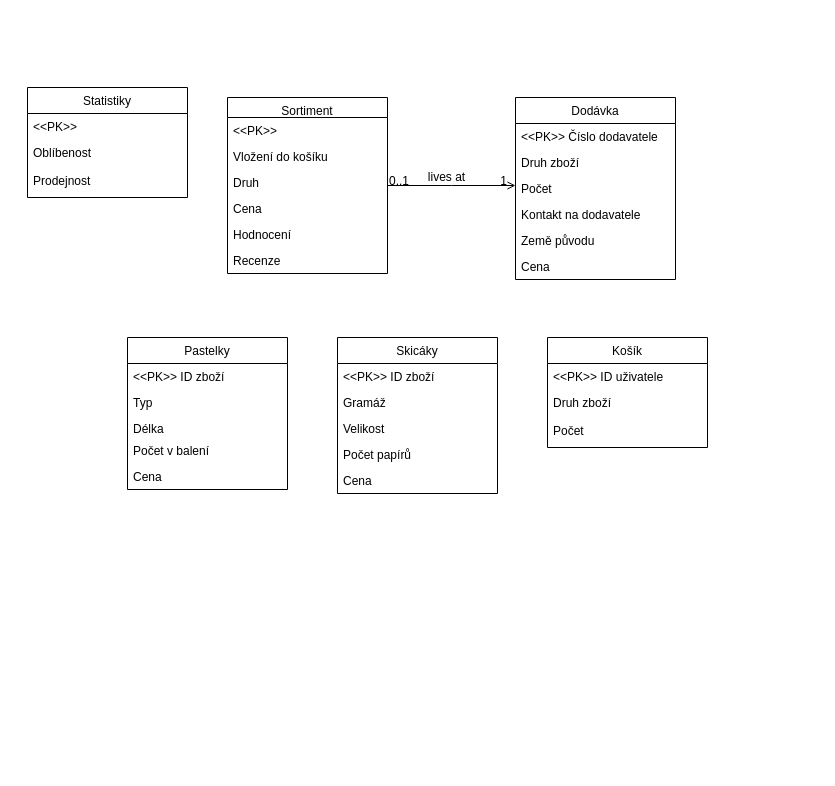
Earlier version of the draw.io diagram ERdiagram.drawio (taiyo-harenohi/IUS). Source tidied: cells renumbered, new cells numbered last; positions are measured from the earlier drawing's top-left corner, leaving out a move shared by most shapes. Both pictures are drawn from the tidied source at 100%, with x=0, y=0 at pixel (27, 87).
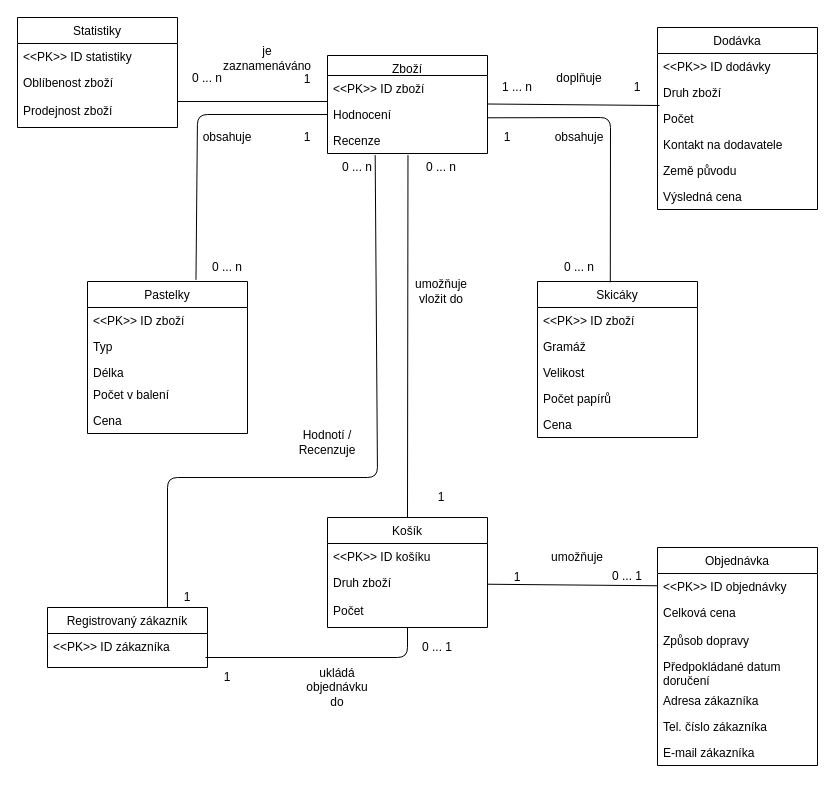
The same diagram, later.

The change refers to these unchanged cells:
```xml
<mxCell id="34" value="Druh zboží" style="text;align=left;verticalAlign=top;spacingLeft=4;spacingRight=4;overflow=hidden;points=[[0,0.5],[1,0.5]];portConstraint=eastwest;" parent="32" vertex="1">
  <mxGeometry y="52" width="160" height="28" as="geometry" />
</mxCell>
```

Diff of the diagram source:
```diff
@@
-    <mxCell id="2" value="Sortiment" style="swimlane;fontStyle=0;align=center;verticalAlign=top;horizontal=1;startSize=20;rounded=0;shadow=0;strokeWidth=1;" parent="1" vertex="1">
-      <mxGeometry x="200" y="10" width="160" height="176" as="geometry" />
+    <mxCell id="2" value="Zboží" style="swimlane;fontStyle=0;align=center;verticalAlign=top;horizontal=1;startSize=20;rounded=0;shadow=0;strokeWidth=1;" parent="1" vertex="1">
+      <mxGeometry x="300" y="-32" width="160" height="98" as="geometry" />
     </mxCell>
-    <mxCell id="3" value="&lt;&lt;PK&gt;&gt; " style="text;align=left;verticalAlign=top;spacingLeft=4;spacingRight=4;overflow=hidden;" parent="2" vertex="1">
+    <mxCell id="3" value="&lt;&lt;PK&gt;&gt; ID zboží&#10;" style="text;align=left;verticalAlign=top;spacingLeft=4;spacingRight=4;overflow=hidden;" parent="2" vertex="1">
       <mxGeometry y="20" width="160" height="26" as="geometry" />
     </mxCell>
-    <mxCell id="4" value="Vložení do košíku" style="text;align=left;verticalAlign=top;spacingLeft=4;spacingRight=4;overflow=hidden;points=[[0,0.5],[1,0.5]];portConstraint=eastwest;rounded=0;shadow=0;html=0;" parent="2" vertex="1">
+    <mxCell id="4" value="Hodnocení" style="text;align=left;verticalAlign=top;spacingLeft=4;spacingRight=4;overflow=hidden;points=[[0,0.5],[1,0.5]];portConstraint=eastwest;rounded=0;shadow=0;html=0;" parent="2" vertex="1">
       <mxGeometry y="46" width="160" height="26" as="geometry" />
     </mxCell>
-    <mxCell id="5" value="Druh" style="text;align=left;verticalAlign=top;spacingLeft=4;spacingRight=4;overflow=hidden;rounded=0;shadow=0;html=0;" parent="2" vertex="1">
-      <mxGeometry y="72" width="160" height="26" as="geometry" />
-    </mxCell>
-    <mxCell id="6" value="Cena" style="text;align=left;verticalAlign=top;spacingLeft=4;spacingRight=4;overflow=hidden;rounded=0;shadow=0;html=0;" parent="2" vertex="1">
-      <mxGeometry y="98" width="160" height="26" as="geometry" />
-    </mxCell>
-    <mxCell id="7" value="Hodnocení" style="text;align=left;verticalAlign=top;spacingLeft=4;spacingRight=4;overflow=hidden;rounded=0;shadow=0;html=0;" parent="2" vertex="1">
-      <mxGeometry y="124" width="160" height="26" as="geometry" />
-    </mxCell>
     <mxCell id="8" value="Recenze" style="text;align=left;verticalAlign=top;spacingLeft=4;spacingRight=4;overflow=hidden;points=[[0,0.5],[1,0.5]];portConstraint=eastwest;rounded=0;shadow=0;html=0;" parent="2" vertex="1">
-      <mxGeometry y="150" width="160" height="26" as="geometry" />
+      <mxGeometry y="72" width="160" height="26" as="geometry" />
     </mxCell>
     <mxCell id="9" value="Pastelky" style="swimlane;fontStyle=0;align=center;verticalAlign=top;horizontal=1;startSize=26;rounded=0;shadow=0;strokeWidth=1;" parent="1" vertex="1">
-      <mxGeometry x="100" y="250" width="160" height="152" as="geometry" />
+      <mxGeometry x="60" y="194" width="160" height="152" as="geometry" />
     </mxCell>
@@
     <mxCell id="15" value="Skicáky" style="swimlane;fontStyle=0;align=center;verticalAlign=top;horizontal=1;startSize=26;rounded=0;shadow=0;strokeWidth=1;" parent="1" vertex="1">
-      <mxGeometry x="310" y="250" width="160" height="156" as="geometry" />
+      <mxGeometry x="510" y="194" width="160" height="156" as="geometry" />
     </mxCell>
@@
     <mxCell id="21" value="Dodávka" style="swimlane;fontStyle=0;align=center;verticalAlign=top;horizontal=1;startSize=26;rounded=0;shadow=0;strokeWidth=1;" parent="1" vertex="1">
-      <mxGeometry x="488" y="10" width="160" height="182" as="geometry" />
+      <mxGeometry x="630" y="-60" width="160" height="182" as="geometry" />
     </mxCell>
-    <mxCell id="22" value="&lt;&lt;PK&gt;&gt; Číslo dodavatele" style="text;align=left;verticalAlign=top;spacingLeft=4;spacingRight=4;overflow=hidden;" parent="21" vertex="1">
+    <mxCell id="22" value="&lt;&lt;PK&gt;&gt; ID dodávky" style="text;align=left;verticalAlign=top;spacingLeft=4;spacingRight=4;overflow=hidden;" parent="21" vertex="1">
       <mxGeometry y="26" width="160" height="26" as="geometry" />
     </mxCell>
@@
-    <mxCell id="27" value="Cena" style="text;align=left;verticalAlign=top;spacingLeft=4;spacingRight=4;overflow=hidden;rounded=0;shadow=0;html=0;" parent="21" vertex="1">
+    <mxCell id="27" value="Výsledná cena" style="text;align=left;verticalAlign=top;spacingLeft=4;spacingRight=4;overflow=hidden;rounded=0;shadow=0;html=0;" parent="21" vertex="1">
       <mxGeometry y="156" width="160" height="26" as="geometry" />
     </mxCell>
-    <mxCell id="28" style="endArrow=open;shadow=0;strokeWidth=1;rounded=0;endFill=1;edgeStyle=elbowEdgeStyle;elbow=vertical;" parent="1" edge="1" source="2" target="21">
-      <mxGeometry x="0.5" y="41" relative="1" as="geometry">
-        <mxPoint x="-40" y="32" as="offset" />
-      </mxGeometry>
-    </mxCell>
-    <mxCell id="29" value="0..1" style="align=left;verticalAlign=bottom;labelBackgroundColor=none;fontSize=12;" parent="28" vertex="1">
-      <mxGeometry x="-1" relative="1" as="geometry">
-        <mxPoint y="4" as="offset" />
-      </mxGeometry>
-    </mxCell>
-    <mxCell id="30" value="1" style="align=right;verticalAlign=bottom;labelBackgroundColor=none;fontSize=12;" parent="28" vertex="1">
-      <mxGeometry x="1" relative="1" as="geometry">
-        <mxPoint x="-7" y="4" as="offset" />
-      </mxGeometry>
-    </mxCell>
-    <mxCell id="31" value="lives at" style="text;html=1;align=center;verticalAlign=middle;labelBackgroundColor=none;rounded=0;shadow=0;strokeWidth=1;fontSize=12;" parent="28" vertex="1">
-      <mxGeometry x="0.5" y="49" relative="1" as="geometry">
-        <mxPoint x="-38" y="40" as="offset" />
-      </mxGeometry>
-    </mxCell>
     <mxCell id="32" value="Košík" style="swimlane;fontStyle=0;align=center;verticalAlign=top;horizontal=1;startSize=26;rounded=0;shadow=0;strokeWidth=1;" parent="1" vertex="1">
-      <mxGeometry x="520" y="250" width="160" height="110" as="geometry" />
+      <mxGeometry x="300" y="430" width="160" height="110" as="geometry" />
     </mxCell>
-    <mxCell id="33" value="&lt;&lt;PK&gt;&gt; ID uživatele&#10;" style="text;align=left;verticalAlign=top;spacingLeft=4;spacingRight=4;overflow=hidden;" parent="32" vertex="1">
+    <mxCell id="33" value="&lt;&lt;PK&gt;&gt; ID košíku" style="text;align=left;verticalAlign=top;spacingLeft=4;spacingRight=4;overflow=hidden;" parent="32" vertex="1">
       <mxGeometry y="26" width="160" height="26" as="geometry" />
     </mxCell>
@@
     <mxCell id="36" value="Statistiky&#10;" style="swimlane;fontStyle=0;align=center;verticalAlign=top;horizontal=1;startSize=26;rounded=0;shadow=0;strokeWidth=1;" parent="1" vertex="1">
-      <mxGeometry width="160" height="110" as="geometry" />
+      <mxGeometry x="-10" y="-70" width="160" height="110" as="geometry" />
     </mxCell>
-    <mxCell id="37" value="&lt;&lt;PK&gt;&gt; " style="text;align=left;verticalAlign=top;spacingLeft=4;spacingRight=4;overflow=hidden;" parent="36" vertex="1">
+    <mxCell id="37" value="&lt;&lt;PK&gt;&gt; ID statistiky" style="text;align=left;verticalAlign=top;spacingLeft=4;spacingRight=4;overflow=hidden;" parent="36" vertex="1">
       <mxGeometry y="26" width="160" height="26" as="geometry" />
     </mxCell>
-    <mxCell id="38" value="Oblíbenost" style="text;align=left;verticalAlign=top;spacingLeft=4;spacingRight=4;overflow=hidden;rounded=0;shadow=0;html=0;" parent="36" vertex="1">
+    <mxCell id="38" value="Oblíbenost zboží" style="text;align=left;verticalAlign=top;spacingLeft=4;spacingRight=4;overflow=hidden;rounded=0;shadow=0;html=0;" parent="36" vertex="1">
       <mxGeometry y="52" width="160" height="28" as="geometry" />
     </mxCell>
-    <mxCell id="39" value="Prodejnost" style="text;align=left;verticalAlign=top;spacingLeft=4;spacingRight=4;overflow=hidden;points=[[0,0.5],[1,0.5]];portConstraint=eastwest;fontStyle=0;" parent="36" vertex="1">
+    <mxCell id="39" value="Prodejnost zboží" style="text;align=left;verticalAlign=top;spacingLeft=4;spacingRight=4;overflow=hidden;points=[[0,0.5],[1,0.5]];portConstraint=eastwest;fontStyle=0;" parent="36" vertex="1">
       <mxGeometry y="80" width="160" height="22" as="geometry" />
     </mxCell>
+    <mxCell id="40" value="1 ... n" style="text;html=1;strokeColor=none;fillColor=none;align=center;verticalAlign=middle;whiteSpace=wrap;rounded=0;" parent="1" vertex="1">
+      <mxGeometry x="470" y="-10" width="40" height="20" as="geometry" />
+    </mxCell>
+    <mxCell id="41" value="1" style="text;html=1;strokeColor=none;fillColor=none;align=center;verticalAlign=middle;whiteSpace=wrap;rounded=0;" parent="1" vertex="1">
+      <mxGeometry x="590" y="-10" width="40" height="20" as="geometry" />
+    </mxCell>
+    <mxCell id="42" value="doplňuje" style="text;html=1;strokeColor=none;fillColor=none;align=center;verticalAlign=middle;whiteSpace=wrap;rounded=0;" parent="1" vertex="1">
+      <mxGeometry x="532.4" y="-19" width="40" height="20" as="geometry" />
+    </mxCell>
+    <mxCell id="43" value="0 ... n" style="text;html=1;strokeColor=none;fillColor=none;align=center;verticalAlign=middle;whiteSpace=wrap;rounded=0;" parent="1" vertex="1">
+      <mxGeometry x="160" y="-19" width="40" height="20" as="geometry" />
+    </mxCell>
+    <mxCell id="44" value="je zaznamenáváno" style="text;html=1;strokeColor=none;fillColor=none;align=center;verticalAlign=middle;whiteSpace=wrap;rounded=0;" parent="1" vertex="1">
+      <mxGeometry x="220" y="-39" width="40" height="20" as="geometry" />
+    </mxCell>
+    <mxCell id="45" value="1" style="text;html=1;strokeColor=none;fillColor=none;align=center;verticalAlign=middle;whiteSpace=wrap;rounded=0;" parent="1" vertex="1">
+      <mxGeometry x="260" y="-18" width="40" height="20" as="geometry" />
+    </mxCell>
+    <mxCell id="46" value="0 ... n" style="text;html=1;strokeColor=none;fillColor=none;align=center;verticalAlign=middle;whiteSpace=wrap;rounded=0;" parent="1" vertex="1">
+      <mxGeometry x="180" y="170" width="40" height="20" as="geometry" />
+    </mxCell>
+    <mxCell id="47" value="obsahuje" style="text;html=1;strokeColor=none;fillColor=none;align=center;verticalAlign=middle;whiteSpace=wrap;rounded=0;" parent="1" vertex="1">
+      <mxGeometry x="180" y="40" width="40" height="20" as="geometry" />
+    </mxCell>
+    <mxCell id="48" value="1" style="text;html=1;strokeColor=none;fillColor=none;align=center;verticalAlign=middle;whiteSpace=wrap;rounded=0;" parent="1" vertex="1">
+      <mxGeometry x="260" y="40" width="40" height="20" as="geometry" />
+    </mxCell>
+    <mxCell id="49" value="1" style="text;html=1;strokeColor=none;fillColor=none;align=center;verticalAlign=middle;whiteSpace=wrap;rounded=0;" parent="1" vertex="1">
+      <mxGeometry x="460" y="40" width="40" height="20" as="geometry" />
+    </mxCell>
+    <mxCell id="50" value="obsahuje" style="text;html=1;strokeColor=none;fillColor=none;align=center;verticalAlign=middle;whiteSpace=wrap;rounded=0;" parent="1" vertex="1">
+      <mxGeometry x="532.4" y="40" width="40" height="20" as="geometry" />
+    </mxCell>
+    <mxCell id="51" value="0 ... n" style="text;html=1;strokeColor=none;fillColor=none;align=center;verticalAlign=middle;whiteSpace=wrap;rounded=0;" parent="1" vertex="1">
+      <mxGeometry x="532.4" y="170" width="40" height="20" as="geometry" />
+    </mxCell>
+    <mxCell id="52" value="0 ... n" style="text;html=1;strokeColor=none;fillColor=none;align=center;verticalAlign=middle;whiteSpace=wrap;rounded=0;" parent="1" vertex="1">
+      <mxGeometry x="394" y="70" width="40" height="20" as="geometry" />
+    </mxCell>
+    <mxCell id="53" value="umožňuje vložit do" style="text;html=1;strokeColor=none;fillColor=none;align=center;verticalAlign=middle;whiteSpace=wrap;rounded=0;" parent="1" vertex="1">
+      <mxGeometry x="394" y="194" width="40" height="20" as="geometry" />
+    </mxCell>
+    <mxCell id="54" value="1" style="text;html=1;strokeColor=none;fillColor=none;align=center;verticalAlign=middle;whiteSpace=wrap;rounded=0;" parent="1" vertex="1">
+      <mxGeometry x="394" y="400" width="40" height="20" as="geometry" />
+    </mxCell>
+    <mxCell id="55" value="Registrovaný zákazník" style="swimlane;fontStyle=0;align=center;verticalAlign=top;horizontal=1;startSize=26;rounded=0;shadow=0;strokeWidth=1;" parent="1" vertex="1">
+      <mxGeometry x="20" y="520" width="160" height="60" as="geometry" />
+    </mxCell>
+    <mxCell id="56" value="&lt;&lt;PK&gt;&gt; ID zákazníka" style="text;align=left;verticalAlign=top;spacingLeft=4;spacingRight=4;overflow=hidden;" parent="55" vertex="1">
+      <mxGeometry y="26" width="160" height="26" as="geometry" />
+    </mxCell>
+    <mxCell id="57" value="Objednávka" style="swimlane;fontStyle=0;align=center;verticalAlign=top;horizontal=1;startSize=26;rounded=0;shadow=0;strokeWidth=1;" parent="1" vertex="1">
+      <mxGeometry x="630" y="460" width="160" height="218" as="geometry" />
+    </mxCell>
+    <mxCell id="58" value="&lt;&lt;PK&gt;&gt; ID objednávky&#10;" style="text;align=left;verticalAlign=top;spacingLeft=4;spacingRight=4;overflow=hidden;points=[[0,0.5],[1,0.5]];portConstraint=eastwest;" parent="57" vertex="1">
+      <mxGeometry y="26" width="160" height="26" as="geometry" />
+    </mxCell>
+    <mxCell id="59" value="Celková cena" style="text;align=left;verticalAlign=top;spacingLeft=4;spacingRight=4;overflow=hidden;" parent="57" vertex="1">
+      <mxGeometry y="52" width="160" height="28" as="geometry" />
+    </mxCell>
+    <mxCell id="60" value="Způsob dopravy" style="text;align=left;verticalAlign=top;spacingLeft=4;spacingRight=4;overflow=hidden;" parent="57" vertex="1">
+      <mxGeometry y="80" width="160" height="26" as="geometry" />
+    </mxCell>
+    <mxCell id="61" value="Předpokládané datum&#10;doručení" style="text;align=left;verticalAlign=top;spacingLeft=4;spacingRight=4;overflow=hidden;" parent="57" vertex="1">
+      <mxGeometry y="106" width="160" height="34" as="geometry" />
+    </mxCell>
+    <mxCell id="62" value="Adresa zákazníka" style="text;align=left;verticalAlign=top;spacingLeft=4;spacingRight=4;overflow=hidden;" parent="57" vertex="1">
+      <mxGeometry y="140" width="160" height="26" as="geometry" />
+    </mxCell>
+    <mxCell id="63" value="Tel. číslo zákazníka" style="text;align=left;verticalAlign=top;spacingLeft=4;spacingRight=4;overflow=hidden;" parent="57" vertex="1">
+      <mxGeometry y="166" width="160" height="26" as="geometry" />
+    </mxCell>
+    <mxCell id="64" value="E-mail zákazníka" style="text;align=left;verticalAlign=top;spacingLeft=4;spacingRight=4;overflow=hidden;" parent="57" vertex="1">
+      <mxGeometry y="192" width="160" height="26" as="geometry" />
+    </mxCell>
+    <mxCell id="65" value="1" style="text;html=1;strokeColor=none;fillColor=none;align=center;verticalAlign=middle;whiteSpace=wrap;rounded=0;" parent="1" vertex="1">
+      <mxGeometry x="180" y="580" width="40" height="20" as="geometry" />
+    </mxCell>
+    <mxCell id="66" value="0 ... 1" style="text;html=1;strokeColor=none;fillColor=none;align=center;verticalAlign=middle;whiteSpace=wrap;rounded=0;" parent="1" vertex="1">
+      <mxGeometry x="390" y="550" width="40" height="20" as="geometry" />
+    </mxCell>
+    <mxCell id="67" value="ukládá objednávku do" style="text;html=1;strokeColor=none;fillColor=none;align=center;verticalAlign=middle;whiteSpace=wrap;rounded=0;" parent="1" vertex="1">
+      <mxGeometry x="290" y="590" width="40" height="20" as="geometry" />
+    </mxCell>
+    <mxCell id="68" value="1" style="text;html=1;strokeColor=none;fillColor=none;align=center;verticalAlign=middle;whiteSpace=wrap;rounded=0;" parent="1" vertex="1">
+      <mxGeometry x="470" y="480" width="40" height="20" as="geometry" />
+    </mxCell>
+    <mxCell id="69" value="0 ... 1" style="text;html=1;strokeColor=none;fillColor=none;align=center;verticalAlign=middle;whiteSpace=wrap;rounded=0;" parent="1" vertex="1">
+      <mxGeometry x="580" y="479" width="40" height="20" as="geometry" />
+    </mxCell>
+    <mxCell id="70" value="umožňuje" style="text;html=1;strokeColor=none;fillColor=none;align=center;verticalAlign=middle;whiteSpace=wrap;rounded=0;" parent="1" vertex="1">
+      <mxGeometry x="530" y="460" width="40" height="20" as="geometry" />
+    </mxCell>
+    <mxCell id="71" style="edgeStyle=orthogonalEdgeStyle;rounded=0;orthogonalLoop=1;jettySize=auto;html=1;exitX=0.5;exitY=1;exitDx=0;exitDy=0;" parent="1" edge="1" source="48" target="48">
+      <mxGeometry relative="1" as="geometry" />
+    </mxCell>
+    <mxCell id="72" value="1" style="text;html=1;strokeColor=none;fillColor=none;align=center;verticalAlign=middle;whiteSpace=wrap;rounded=0;" parent="1" vertex="1">
+      <mxGeometry x="140" y="500" width="40" height="20" as="geometry" />
+    </mxCell>
+    <mxCell id="73" value="Hodnotí / Recenzuje" style="text;html=1;strokeColor=none;fillColor=none;align=center;verticalAlign=middle;whiteSpace=wrap;rounded=0;" parent="1" vertex="1">
+      <mxGeometry x="260" y="340" width="80" height="30" as="geometry" />
+    </mxCell>
+    <mxCell id="74" value="0 ... n" style="text;html=1;strokeColor=none;fillColor=none;align=center;verticalAlign=middle;whiteSpace=wrap;rounded=0;" parent="1" vertex="1">
+      <mxGeometry x="310" y="70" width="40" height="20" as="geometry" />
+    </mxCell>
+    <mxCell id="75" style="endArrow=none;html=1;entryX=-0.002;entryY=0;entryDx=0;entryDy=0;entryPerimeter=0;exitX=1;exitY=0.182;exitDx=0;exitDy=0;exitPerimeter=0;" parent="1" edge="1" source="39" target="4">
+      <mxGeometry relative="1" as="geometry" />
+    </mxCell>
+    <mxCell id="76" style="endArrow=none;html=1;entryX=0;entryY=0.5;entryDx=0;entryDy=0;exitX=0.678;exitY=-0.011;exitDx=0;exitDy=0;exitPerimeter=0;" parent="1" edge="1" source="9" target="4">
+      <mxGeometry relative="1" as="geometry">
+        <Array as="points">
+          <mxPoint x="170" y="27" />
+        </Array>
+      </mxGeometry>
+    </mxCell>
+    <mxCell id="77" style="endArrow=none;html=1;exitX=1;exitY=0.182;exitDx=0;exitDy=0;exitPerimeter=0;" parent="1" edge="1">
+      <mxGeometry relative="1" as="geometry">
+        <mxPoint x="460" y="16.5" as="sourcePoint" />
+        <mxPoint x="632" y="18" as="targetPoint" />
+      </mxGeometry>
+    </mxCell>
+    <mxCell id="78" style="endArrow=none;html=1;exitX=0.75;exitY=0;exitDx=0;exitDy=0;entryX=0.298;entryY=1.062;entryDx=0;entryDy=0;entryPerimeter=0;" parent="1" edge="1" source="55" target="8">
+      <mxGeometry relative="1" as="geometry">
+        <Array as="points">
+          <mxPoint x="140" y="390" />
+          <mxPoint x="350" y="390" />
+        </Array>
+      </mxGeometry>
+    </mxCell>
+    <mxCell id="79" style="endArrow=none;html=1;entryX=0.503;entryY=1.062;entryDx=0;entryDy=0;entryPerimeter=0;exitX=0.5;exitY=0;exitDx=0;exitDy=0;" parent="1" edge="1" source="32" target="8">
+      <mxGeometry relative="1" as="geometry" />
+    </mxCell>
+    <mxCell id="80" style="endArrow=none;html=1;exitX=1;exitY=0.182;exitDx=0;exitDy=0;exitPerimeter=0;entryX=0.5;entryY=1;entryDx=0;entryDy=0;" parent="1" edge="1" target="32">
+      <mxGeometry relative="1" as="geometry">
+        <mxPoint x="178" y="570" as="sourcePoint" />
+        <Array as="points">
+          <mxPoint x="380" y="570" />
+        </Array>
+      </mxGeometry>
+    </mxCell>
+    <mxCell id="81" style="endArrow=none;html=1;" parent="1" edge="1" source="34" target="58">
+      <mxGeometry relative="1" as="geometry" />
+    </mxCell>
+    <mxCell id="82" style="endArrow=none;html=1;exitX=1;exitY=0.182;exitDx=0;exitDy=0;exitPerimeter=0;entryX=0.455;entryY=0.005;entryDx=0;entryDy=0;entryPerimeter=0;" parent="1" edge="1" target="15">
+      <mxGeometry relative="1" as="geometry">
+        <mxPoint x="460" y="30.3" as="sourcePoint" />
+        <Array as="points">
+          <mxPoint x="583" y="30" />
+        </Array>
+      </mxGeometry>
+    </mxCell>
```
